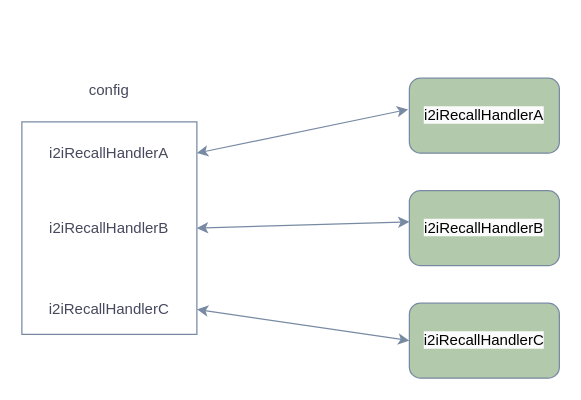
Above: push_old_recall_config.drawio in Silocean/diagrams (draw.io), before the change. Source tidied: cells renumbered, new cells numbered last; positions are measured from the earlier drawing's top-left corner, leaving out a move shared by most shapes. Both pictures are drawn from the tidied source at 125%, with x=0, y=0 at pixel (21, 71).
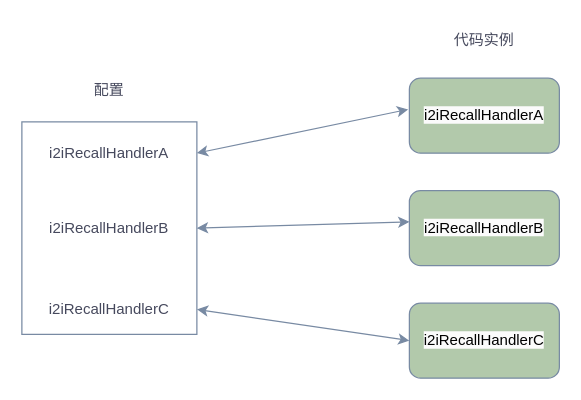
Above is the later version.

Diff of the diagram source:
```diff
@@
 <mxGraphModel>
   <root>
     <mxCell id="0" />
     <mxCell id="1" parent="0" />
     <mxCell id="2" value="i2iRecallHandlerA" style="text;html=1;strokeColor=none;fillColor=none;align=center;verticalAlign=middle;whiteSpace=wrap;rounded=0;labelBackgroundColor=none;fontColor=#46495D;" parent="1" vertex="1">
       <mxGeometry y="50" width="140" height="30" as="geometry" />
     </mxCell>
     <mxCell id="3" value="i2iRecallHandlerB" style="text;html=1;strokeColor=none;fillColor=none;align=center;verticalAlign=middle;whiteSpace=wrap;rounded=0;labelBackgroundColor=none;fontColor=#46495D;" parent="1" vertex="1">
       <mxGeometry y="110" width="140" height="30" as="geometry" />
     </mxCell>
     <mxCell id="4" value="i2iRecallHandlerC" style="text;html=1;strokeColor=none;fillColor=none;align=center;verticalAlign=middle;whiteSpace=wrap;rounded=0;labelBackgroundColor=none;fontColor=#46495D;" parent="1" vertex="1">
       <mxGeometry y="175" width="140" height="30" as="geometry" />
     </mxCell>
     <mxCell id="5" style="rounded=0;whiteSpace=wrap;html=1;fillColor=none;labelBackgroundColor=none;strokeColor=#788AA3;fontColor=#46495D;" parent="1" vertex="1">
       <mxGeometry y="40" width="140" height="170" as="geometry" />
     </mxCell>
     <mxCell id="6" value="&lt;span style=&quot;color: rgb(0, 0, 0); font-family: Helvetica; font-size: 12px; font-style: normal; font-variant-ligatures: normal; font-variant-caps: normal; font-weight: 400; letter-spacing: normal; orphans: 2; text-align: center; text-indent: 0px; text-transform: none; widows: 2; word-spacing: 0px; -webkit-text-stroke-width: 0px; background-color: rgb(251, 251, 251); text-decoration-thickness: initial; text-decoration-style: initial; text-decoration-color: initial; float: none; display: inline !important;&quot;&gt;i2iRecallHandlerA&lt;/span&gt;" style="rounded=1;whiteSpace=wrap;html=1;labelBackgroundColor=none;fillColor=#B2C9AB;strokeColor=#788AA3;fontColor=#46495D;" parent="1" vertex="1">
       <mxGeometry x="310" y="5" width="120" height="60" as="geometry" />
     </mxCell>
     <mxCell id="7" value="&lt;span style=&quot;color: rgb(0, 0, 0); font-family: Helvetica; font-size: 12px; font-style: normal; font-variant-ligatures: normal; font-variant-caps: normal; font-weight: 400; letter-spacing: normal; orphans: 2; text-align: center; text-indent: 0px; text-transform: none; widows: 2; word-spacing: 0px; -webkit-text-stroke-width: 0px; background-color: rgb(251, 251, 251); text-decoration-thickness: initial; text-decoration-style: initial; text-decoration-color: initial; float: none; display: inline !important;&quot;&gt;i2iRecallHandlerB&lt;/span&gt;" style="rounded=1;whiteSpace=wrap;html=1;labelBackgroundColor=none;fillColor=#B2C9AB;strokeColor=#788AA3;fontColor=#46495D;" parent="1" vertex="1">
       <mxGeometry x="310" y="95" width="120" height="60" as="geometry" />
     </mxCell>
     <mxCell id="8" value="&lt;span style=&quot;color: rgb(0, 0, 0); font-family: Helvetica; font-size: 12px; font-style: normal; font-variant-ligatures: normal; font-variant-caps: normal; font-weight: 400; letter-spacing: normal; orphans: 2; text-align: center; text-indent: 0px; text-transform: none; widows: 2; word-spacing: 0px; -webkit-text-stroke-width: 0px; background-color: rgb(251, 251, 251); text-decoration-thickness: initial; text-decoration-style: initial; text-decoration-color: initial; float: none; display: inline !important;&quot;&gt;i2iRecallHandlerC&lt;/span&gt;" style="rounded=1;whiteSpace=wrap;html=1;labelBackgroundColor=none;fillColor=#B2C9AB;strokeColor=#788AA3;fontColor=#46495D;" parent="1" vertex="1">
       <mxGeometry x="310" y="185" width="120" height="60" as="geometry" />
     </mxCell>
     <mxCell id="9" style="endArrow=classic;startArrow=classic;html=1;rounded=0;exitX=1;exitY=0.5;exitDx=0;exitDy=0;labelBackgroundColor=none;strokeColor=#788AA3;fontColor=default;" parent="1" edge="1" source="2">
       <mxGeometry relative="1" as="geometry">
         <mxPoint x="309" y="30" as="targetPoint" />
       </mxGeometry>
     </mxCell>
     <mxCell id="10" style="endArrow=classic;startArrow=classic;html=1;rounded=0;exitX=1;exitY=0.5;exitDx=0;exitDy=0;labelBackgroundColor=none;strokeColor=#788AA3;fontColor=default;" parent="1" edge="1" source="3">
       <mxGeometry relative="1" as="geometry">
         <mxPoint x="310" y="120" as="targetPoint" />
       </mxGeometry>
     </mxCell>
     <mxCell id="11" style="endArrow=classic;startArrow=classic;html=1;rounded=0;exitX=1;exitY=0.5;exitDx=0;exitDy=0;labelBackgroundColor=none;strokeColor=#788AA3;fontColor=default;entryX=0;entryY=0.5;entryDx=0;entryDy=0;" parent="1" edge="1" source="4" target="8">
       <mxGeometry relative="1" as="geometry" />
     </mxCell>
-    <mxCell id="12" value="config" style="text;html=1;strokeColor=none;fillColor=none;align=center;verticalAlign=middle;whiteSpace=wrap;rounded=0;labelBackgroundColor=none;fontColor=#46495D;" parent="1" vertex="1">
+    <mxCell id="12" value="配置" style="text;html=1;strokeColor=none;fillColor=none;align=center;verticalAlign=middle;whiteSpace=wrap;rounded=0;labelBackgroundColor=none;fontColor=#46495D;" parent="1" vertex="1">
       <mxGeometry x="40" width="60" height="30" as="geometry" />
     </mxCell>
+    <mxCell id="13" value="代码实例" style="text;html=1;strokeColor=none;fillColor=none;align=center;verticalAlign=middle;whiteSpace=wrap;rounded=0;labelBackgroundColor=none;fontColor=#46495D;" parent="1" vertex="1">
+      <mxGeometry x="340" y="-40" width="60" height="30" as="geometry" />
+    </mxCell>
   </root>
 </mxGraphModel>
```
